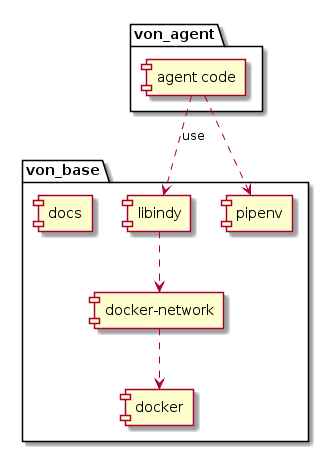
PSPC-SPAC-buyandsell/von_base keeps this PlantUML diagram as doc/pic/package.png. Above is the earlier version.
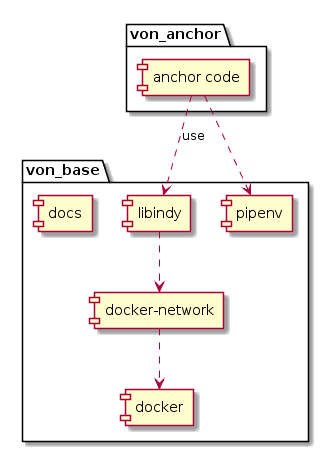
After the change.

Change to the diagram source:
```diff
@@ -8,12 +8,12 @@
     [docs]
 }
 
-package von_agent {
-    [agent code] as agent_code
+package von_anchor {
+    [anchor code] as anchor_code
 }
 
-agent_code ..> pipenv
-agent_code ..> libindy: use
+anchor_code ..> pipenv
+anchor_code ..> libindy: use
 libindy .down.> docker_network
 docker_network .down.>docker
 @enduml
```
